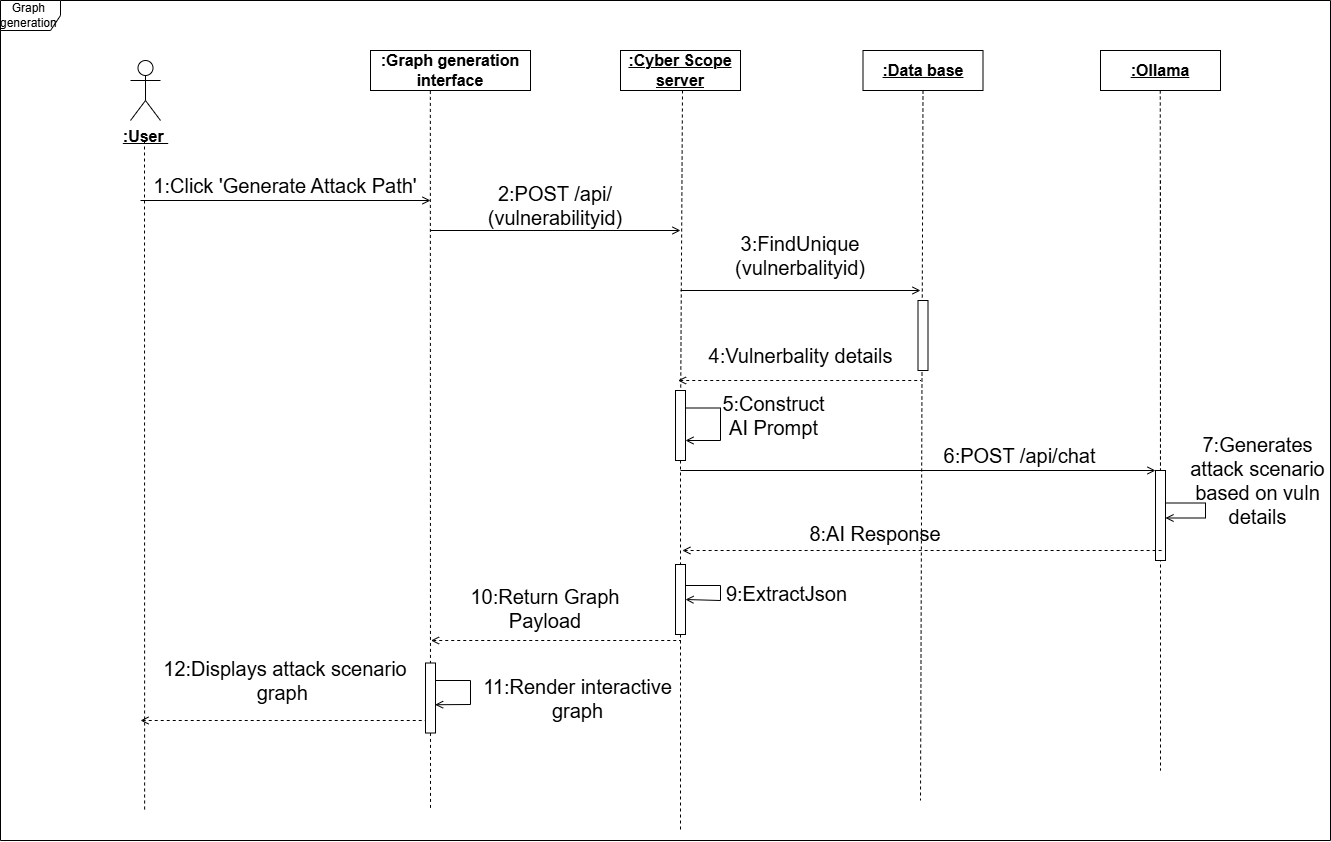
This is uploads/diagrams/sprint3 sequence.drawio.png from guizanimohamed23/report, a draw.io export, as it was before one commit. Source tidied: cells renumbered, new cells last; positions are measured from the earlier drawing's top-left corner, leaving out a move shared by most shapes.
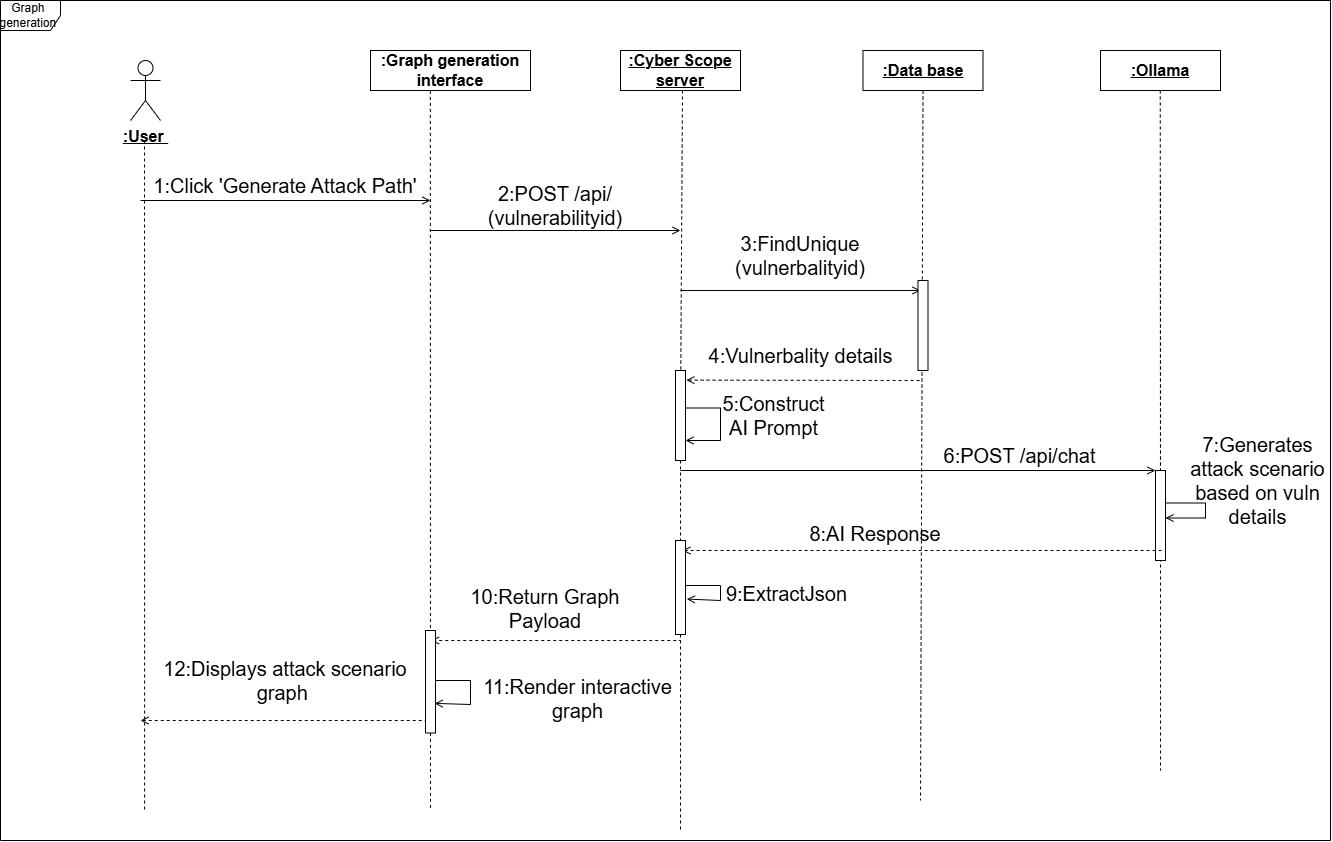
Above is the later version.

What changed in the source:
```diff
@@ -75,11 +75,10 @@
       <mxGeometry x="770" y="240" width="60" height="30" as="geometry" />
     </mxCell>
     <mxCell id="19" style="rounded=0;whiteSpace=wrap;html=1;direction=south;" parent="1" vertex="1">
-      <mxGeometry x="917.5" y="300" width="10" height="70" as="geometry" />
+      <mxGeometry x="917.5" y="280" width="10" height="90" as="geometry" />
     </mxCell>
-    <mxCell id="20" style="endArrow=none;html=1;rounded=0;strokeWidth=1;startArrow=open;startFill=0;endFill=0;dashed=1;" parent="1" edge="1">
+    <mxCell id="20" style="endArrow=none;html=1;rounded=0;strokeWidth=1;startArrow=open;startFill=0;endFill=0;dashed=1;exitX=0.107;exitY=-0.089;exitDx=0;exitDy=0;exitPerimeter=0;" parent="1" edge="1" source="44">
       <mxGeometry relative="1" as="geometry">
-        <mxPoint x="677.5" y="380" as="sourcePoint" />
         <mxPoint x="920" y="380" as="targetPoint" />
       </mxGeometry>
     </mxCell>
@@ -124,7 +123,7 @@
     <mxCell id="29" value="&lt;font style=&quot;font-size: 20px;&quot;&gt;8:AI Response&lt;/font&gt;" style="text;html=1;whiteSpace=wrap;strokeColor=none;fillColor=none;align=center;verticalAlign=middle;rounded=0;" parent="1" vertex="1">
       <mxGeometry x="800" y="515" width="150" height="35" as="geometry" />
     </mxCell>
-    <mxCell id="30" style="endArrow=open;html=1;rounded=0;entryX=0.5;entryY=0;entryDx=0;entryDy=0;endFill=0;" parent="1" edge="1" target="40">
+    <mxCell id="30" style="endArrow=open;html=1;rounded=0;entryX=0.623;entryY=-0.13;entryDx=0;entryDy=0;endFill=0;entryPerimeter=0;" parent="1" edge="1" target="40">
       <mxGeometry relative="1" as="geometry">
         <mxPoint x="680" y="585" as="sourcePoint" />
         <Array as="points">
@@ -148,7 +147,7 @@
     <mxCell id="34" value="&lt;font style=&quot;font-size: 20px;&quot;&gt;11:Render interactive graph&lt;/font&gt;" style="text;html=1;whiteSpace=wrap;strokeColor=none;fillColor=none;align=center;verticalAlign=middle;rounded=0;" parent="1" vertex="1">
       <mxGeometry x="470" y="680" width="215" height="35" as="geometry" />
     </mxCell>
-    <mxCell id="35" value=" " style="endArrow=open;html=1;rounded=0;entryX=0.596;entryY=0.039;entryDx=0;entryDy=0;entryPerimeter=0;endFill=0;" parent="1" edge="1" target="42">
+    <mxCell id="35" value=" " style="endArrow=open;html=1;rounded=0;entryX=0.711;entryY=0.087;entryDx=0;entryDy=0;entryPerimeter=0;endFill=0;" parent="1" edge="1" target="42">
       <mxGeometry relative="1" as="geometry">
         <mxPoint x="430" y="680" as="sourcePoint" />
         <Array as="points">
@@ -180,13 +179,13 @@
       </mxGeometry>
     </mxCell>
     <mxCell id="40" style="rounded=0;whiteSpace=wrap;html=1;direction=south;" parent="1" vertex="1">
-      <mxGeometry x="675" y="564" width="10" height="70" as="geometry" />
+      <mxGeometry x="675" y="540" width="10" height="94" as="geometry" />
     </mxCell>
     <mxCell id="41" style="endArrow=none;html=1;rounded=0;dashed=1;endFill=0;" parent="1" edge="1" source="44" target="40">
       <mxGeometry relative="1" as="geometry" />
     </mxCell>
     <mxCell id="42" style="rounded=0;whiteSpace=wrap;html=1;direction=south;" parent="1" vertex="1">
-      <mxGeometry x="425" y="662.5" width="10" height="70" as="geometry" />
+      <mxGeometry x="425" y="630" width="10" height="102.5" as="geometry" />
     </mxCell>
     <mxCell id="43" style="endArrow=none;html=1;rounded=0;dashed=1;endFill=0;" parent="1" edge="1" target="44">
       <mxGeometry relative="1" as="geometry">
@@ -194,7 +193,7 @@
       </mxGeometry>
     </mxCell>
     <mxCell id="44" style="rounded=0;whiteSpace=wrap;html=1;direction=south;" parent="1" vertex="1">
-      <mxGeometry x="675" y="390" width="10" height="70" as="geometry" />
+      <mxGeometry x="675" y="370" width="10" height="90" as="geometry" />
     </mxCell>
   </root>
 </mxGraphModel>
```
